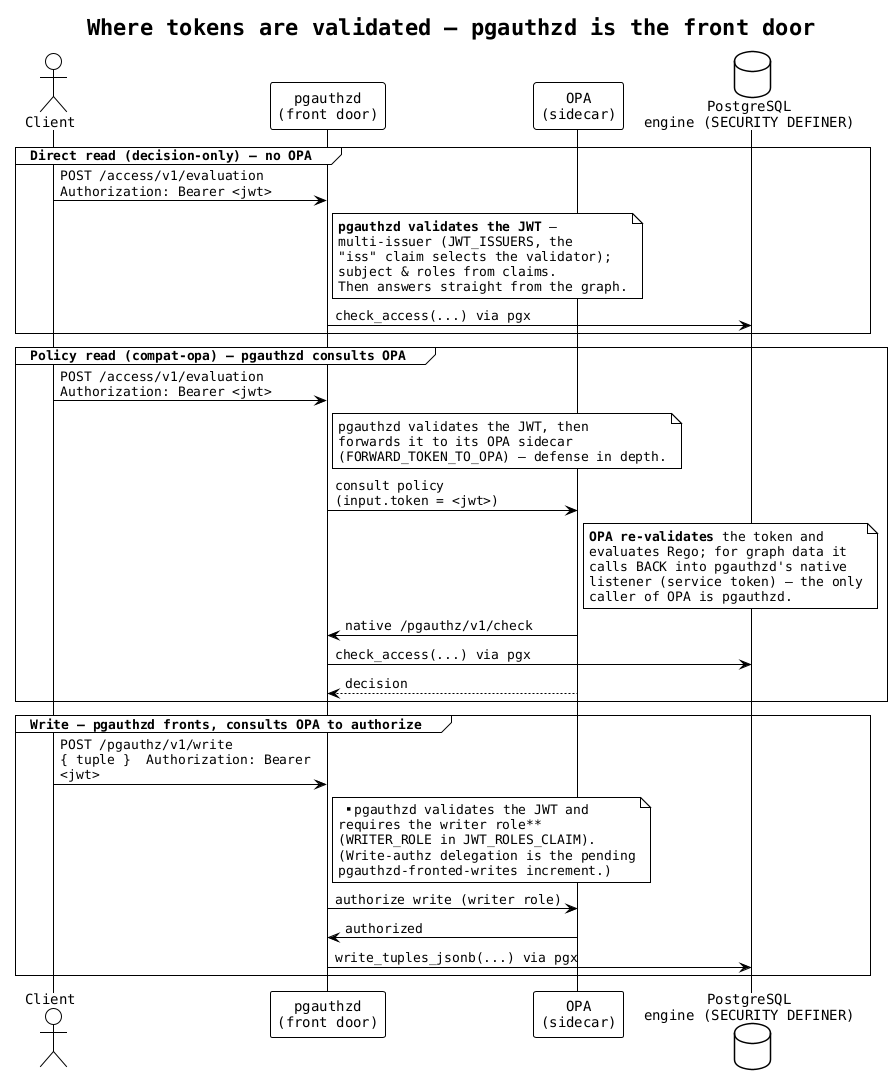
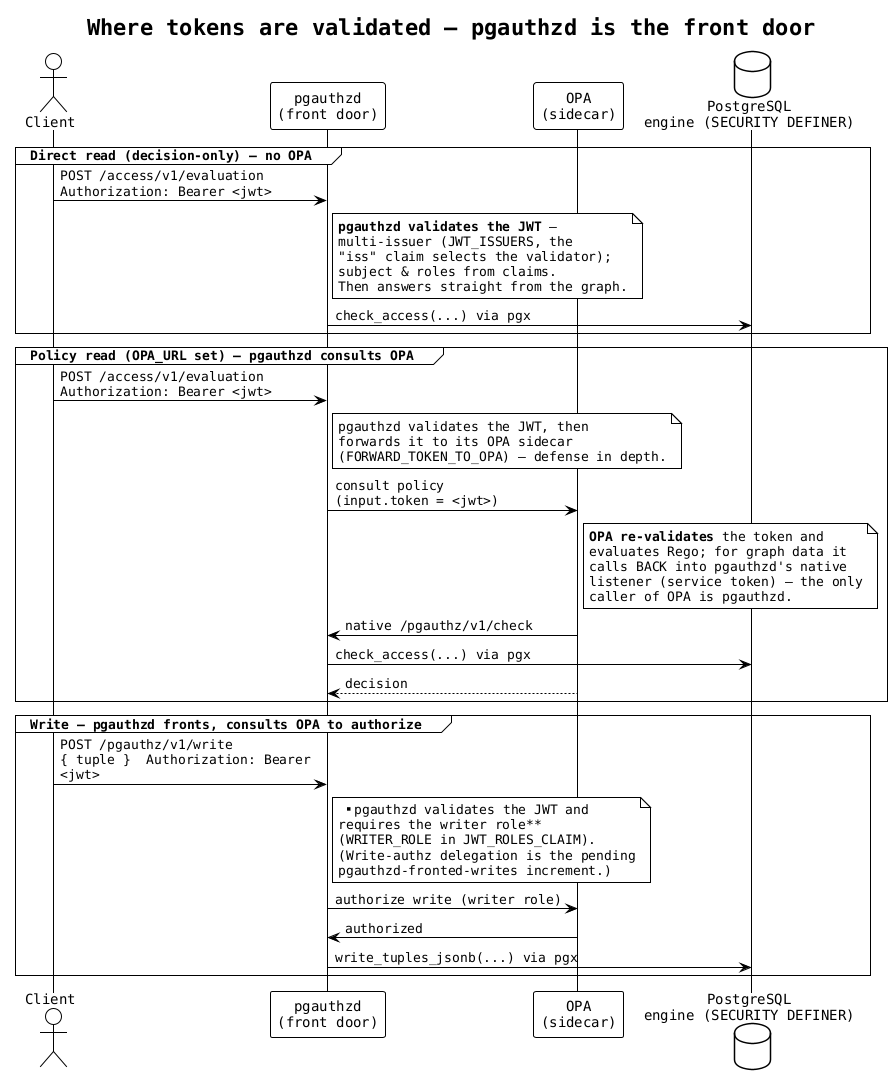
@startuml architecture-token-flow

!theme plain
skinparam backgroundColor white
skinparam defaultFontName monospaced
skinparam sequenceMessageAlign left
skinparam maxMessageSize 260

title Where tokens are validated — pgauthzd is the front door

actor "Client" as app
participant "pgauthzd\n(front door)" as pgd
participant "OPA\n(sidecar)" as opa
database "PostgreSQL\nengine (SECURITY DEFINER)" as pg

group Direct read (decision-only) — no OPA
  app -> pgd : POST /access/v1/evaluation\nAuthorization: Bearer <jwt>
  note right of pgd
    **pgauthzd validates the JWT** —
    multi-issuer (JWT_ISSUERS, the
    "iss" claim selects the validator);
    subject & roles from claims.
    Then answers straight from the graph.
  end note
  pgd -> pg : check_access(...) via pgx
end

- group Policy read (compat-opa) — pgauthzd consults OPA
+ group Policy read (OPA_URL set) — pgauthzd consults OPA
  app -> pgd : POST /access/v1/evaluation\nAuthorization: Bearer <jwt>
  note right of pgd
    pgauthzd validates the JWT, then
    forwards it to its OPA sidecar
    (FORWARD_TOKEN_TO_OPA) — defense in depth.
  end note
  pgd -> opa : consult policy\n(input.token = <jwt>)
  note right of opa
    **OPA re-validates** the token and
    evaluates Rego; for graph data it
    calls BACK into pgauthzd's native
    listener (service token) — the only
    caller of OPA is pgauthzd.
  end note
  opa -> pgd : native /pgauthz/v1/check
  pgd -> pg : check_access(...) via pgx
  opa --> pgd : decision
end

group Write — pgauthzd fronts, consults OPA to authorize
  app -> pgd : POST /pgauthz/v1/write\n{ tuple }  Authorization: Bearer <jwt>
  note right of pgd
    **pgauthzd validates the JWT and
    requires the writer role**
    (WRITER_ROLE in JWT_ROLES_CLAIM).
    (Write-authz delegation is the pending
    pgauthzd-fronted-writes increment.)
  end note
  pgd -> opa : authorize write (writer role)
  opa -> pgd : authorized
  pgd -> pg : write_tuples_jsonb(...) via pgx
end

@enduml
